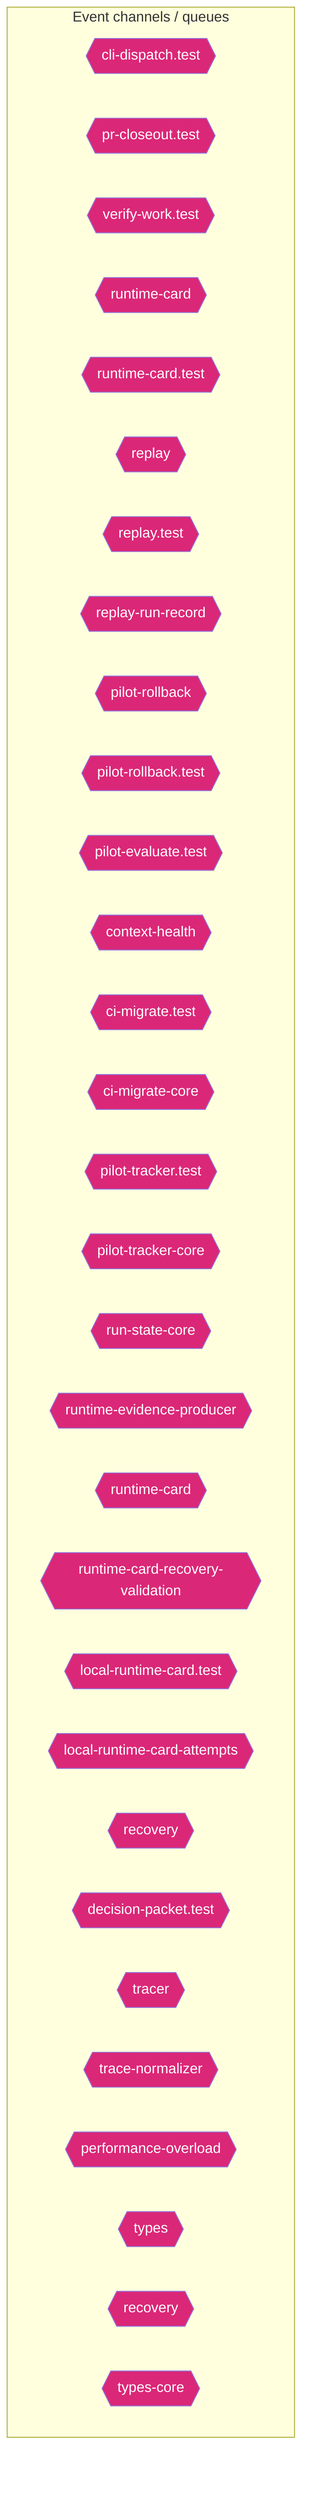
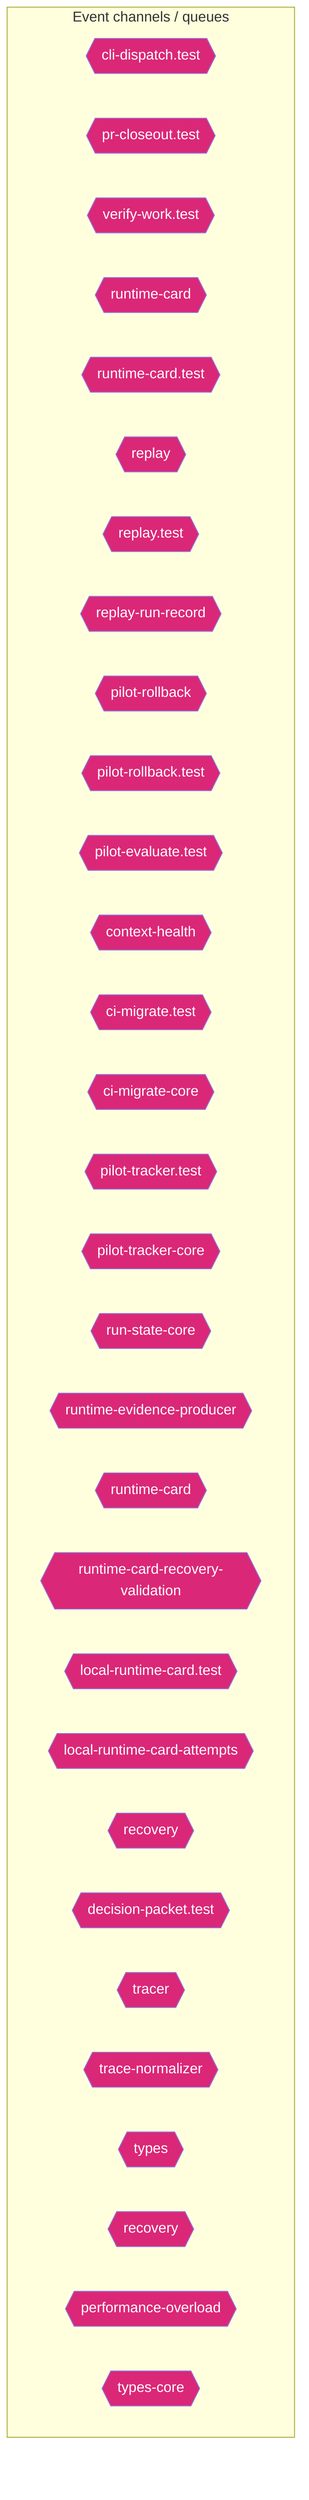
flowchart TD
  subgraph Channels["Event channels / queues"]
    cli_dispatch_test_54c9f17b{{"cli-dispatch.test"}}
    pr_closeout_test_12a1ffdd{{"pr-closeout.test"}}
    verify_work_test_0e12f6c5{{"verify-work.test"}}
    runtime_card_e06b53e1{{"runtime-card"}}
    runtime_card_test_af812837{{"runtime-card.test"}}
    replay_ac203c98{{"replay"}}
    replay_test_935f7436{{"replay.test"}}
    replay_run_record_9a08cce2{{"replay-run-record"}}
    pilot_rollback_00c1f82c{{"pilot-rollback"}}
    pilot_rollback_test_e61d5a2b{{"pilot-rollback.test"}}
    pilot_evaluate_test_a2ac06fc{{"pilot-evaluate.test"}}
    context_health_80bb7da9{{"context-health"}}
    ci_migrate_test_2a015bb9{{"ci-migrate.test"}}
    ci_migrate_core_7005b5af{{"ci-migrate-core"}}
    pilot_tracker_test_80398a66{{"pilot-tracker.test"}}
    pilot_tracker_core_80d8ac96{{"pilot-tracker-core"}}
    run_state_core_25a955bc{{"run-state-core"}}
    runtime_evidence_producer_ea388cb5{{"runtime-evidence-producer"}}
    runtime_card_1_465a49d2{{"runtime-card"}}
    runtime_card_recovery_validation_e216d883{{"runtime-card-recovery-validation"}}
    local_runtime_card_test_b508222b{{"local-runtime-card.test"}}
    local_runtime_card_attempts_28aa46ea{{"local-runtime-card-attempts"}}
    recovery_8c585378{{"recovery"}}
    decision_packet_test_9ea0e97b{{"decision-packet.test"}}
    tracer_1e6243a2{{"tracer"}}
    trace_normalizer_cb1be1d2{{"trace-normalizer"}}
+     types_7_2f1ed65e{{"types"}}
+     recovery_1_4d1804ab{{"recovery"}}
    performance_overload_c685bfcf{{"performance-overload"}}
-     types_8_f6283648{{"types"}}
-     recovery_1_4d1804ab{{"recovery"}}
    types_core_e405ddca{{"types-core"}}
  end
  classDef eventNode fill:#db2777,color:#fff
-   class cli_dispatch_test_54c9f17b,pr_closeout_test_12a1ffdd,verify_work_test_0e12f6c5,runtime_card_e06b53e1,runtime_card_test_af812837,replay_ac203c98,replay_test_935f7436,replay_run_record_9a08cce2,pilot_rollback_00c1f82c,pilot_rollback_test_e61d5a2b,pilot_evaluate_test_a2ac06fc,context_health_80bb7da9,ci_migrate_test_2a015bb9,ci_migrate_core_7005b5af,pilot_tracker_test_80398a66,pilot_tracker_core_80d8ac96,run_state_core_25a955bc,runtime_evidence_producer_ea388cb5,runtime_card_1_465a49d2,runtime_card_recovery_validation_e216d883,local_runtime_card_test_b508222b,local_runtime_card_attempts_28aa46ea,recovery_8c585378,decision_packet_test_9ea0e97b,tracer_1e6243a2,trace_normalizer_cb1be1d2,performance_overload_c685bfcf,types_8_f6283648,recovery_1_4d1804ab,types_core_e405ddca eventNode
+   class cli_dispatch_test_54c9f17b,pr_closeout_test_12a1ffdd,verify_work_test_0e12f6c5,runtime_card_e06b53e1,runtime_card_test_af812837,replay_ac203c98,replay_test_935f7436,replay_run_record_9a08cce2,pilot_rollback_00c1f82c,pilot_rollback_test_e61d5a2b,pilot_evaluate_test_a2ac06fc,context_health_80bb7da9,ci_migrate_test_2a015bb9,ci_migrate_core_7005b5af,pilot_tracker_test_80398a66,pilot_tracker_core_80d8ac96,run_state_core_25a955bc,runtime_evidence_producer_ea388cb5,runtime_card_1_465a49d2,runtime_card_recovery_validation_e216d883,local_runtime_card_test_b508222b,local_runtime_card_attempts_28aa46ea,recovery_8c585378,decision_packet_test_9ea0e97b,tracer_1e6243a2,trace_normalizer_cb1be1d2,types_7_2f1ed65e,recovery_1_4d1804ab,performance_overload_c685bfcf,types_core_e405ddca eventNode
